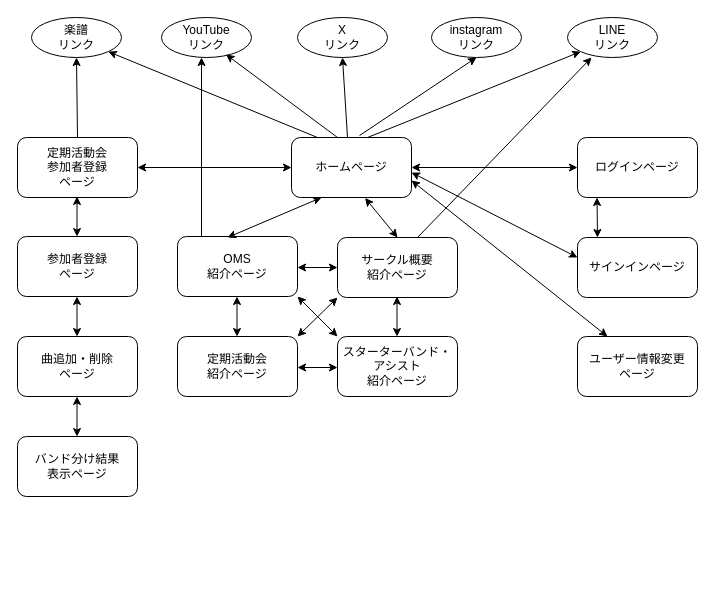
KITASHA/SQU-App keeps this draw.io diagram as diagram.drawio. Above is the earlier version. Source tidied: cells renumbered, new cells numbered last; positions are measured from the earlier drawing's top-left corner, leaving out a move shared by most shapes. Both pictures are drawn from the tidied source at 100%, with x=0, y=0 at pixel (17, 17).
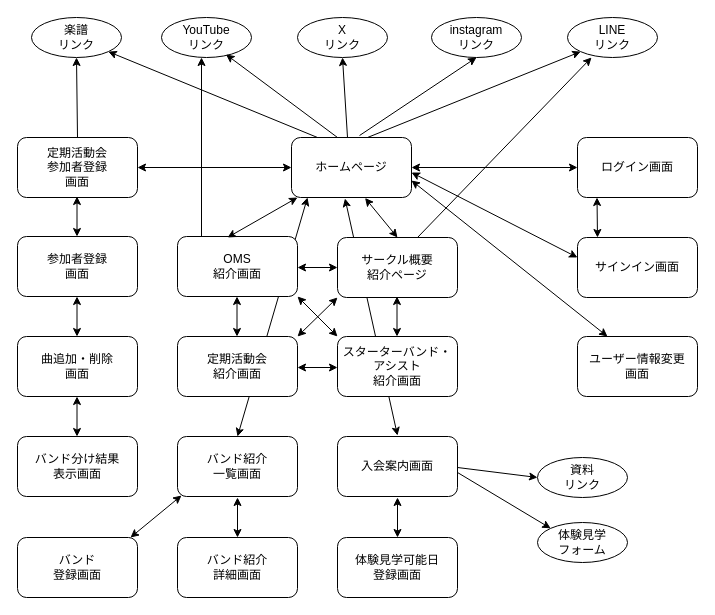
The same diagram, later.

The change refers to these unchanged cells:
```xml
<mxCell id="2" value="ホームページ" style="rounded=1;whiteSpace=wrap;html=1;" parent="1" vertex="1">
  <mxGeometry x="274" y="120" width="120" height="60" as="geometry" />
</mxCell>
```

Change to the diagram source:
```diff
@@
+    <mxCell id="43" style="endArrow=classic;startArrow=classic;html=1;entryX=0.446;entryY=1.033;entryDx=0;entryDy=0;entryPerimeter=0;" parent="1" edge="1">
+      <mxGeometry relative="1" as="geometry">
+        <mxPoint x="380" y="418" as="sourcePoint" />
+        <mxPoint x="327.5" y="181" as="targetPoint" />
+      </mxGeometry>
+    </mxCell>
+    <mxCell id="7" value="サインイン画面" style="rounded=1;whiteSpace=wrap;html=1;" parent="1" vertex="1">
+      <mxGeometry x="560" y="220" width="120" height="60" as="geometry" />
+    </mxCell>
+    <mxCell id="44" style="endArrow=classic;startArrow=classic;html=1;" parent="1" edge="1">
+      <mxGeometry relative="1" as="geometry">
+        <mxPoint x="220" y="419" as="sourcePoint" />
+        <mxPoint x="290" y="180" as="targetPoint" />
+      </mxGeometry>
+    </mxCell>
@@
-    <mxCell id="6" value="ログインページ" style="rounded=1;whiteSpace=wrap;html=1;" parent="1" vertex="1">
+    <mxCell id="6" value="ログイン画面" style="rounded=1;whiteSpace=wrap;html=1;" parent="1" vertex="1">
       <mxGeometry x="560" y="120" width="120" height="60" as="geometry" />
     </mxCell>
-    <mxCell id="7" value="サインインページ" style="rounded=1;whiteSpace=wrap;html=1;" parent="1" vertex="1">
-      <mxGeometry x="560" y="220" width="120" height="60" as="geometry" />
-    </mxCell>
-    <mxCell id="8" value="ユーザー情報変更&lt;br&gt;ページ" style="rounded=1;whiteSpace=wrap;html=1;" parent="1" vertex="1">
+    <mxCell id="8" value="ユーザー情報変更&lt;br&gt;画面" style="rounded=1;whiteSpace=wrap;html=1;" parent="1" vertex="1">
       <mxGeometry x="560" y="319" width="120" height="60" as="geometry" />
     </mxCell>
-    <mxCell id="9" value="定期活動会&lt;br&gt;参加者登録&lt;br&gt;ページ" style="rounded=1;whiteSpace=wrap;html=1;" parent="1" vertex="1">
+    <mxCell id="9" value="定期活動会&lt;br&gt;参加者登録&lt;br&gt;画面" style="rounded=1;whiteSpace=wrap;html=1;" parent="1" vertex="1">
       <mxGeometry y="120" width="120" height="60" as="geometry" />
     </mxCell>
@@
-    <mxCell id="11" value="参加者登録&lt;br&gt;ページ" style="rounded=1;whiteSpace=wrap;html=1;" parent="1" vertex="1">
+    <mxCell id="11" value="参加者登録&lt;br&gt;画面" style="rounded=1;whiteSpace=wrap;html=1;" parent="1" vertex="1">
       <mxGeometry y="219" width="120" height="60" as="geometry" />
     </mxCell>
-    <mxCell id="12" value="曲追加・削除&lt;br&gt;ページ" style="rounded=1;whiteSpace=wrap;html=1;" parent="1" vertex="1">
+    <mxCell id="12" value="曲追加・削除&lt;br&gt;画面" style="rounded=1;whiteSpace=wrap;html=1;" parent="1" vertex="1">
       <mxGeometry y="319" width="120" height="60" as="geometry" />
     </mxCell>
-    <mxCell id="13" value="バンド分け結果&lt;br&gt;表示ページ" style="rounded=1;whiteSpace=wrap;html=1;" parent="1" vertex="1">
+    <mxCell id="13" value="バンド分け結果&lt;br&gt;表示画面" style="rounded=1;whiteSpace=wrap;html=1;" parent="1" vertex="1">
       <mxGeometry y="419" width="120" height="60" as="geometry" />
     </mxCell>
@@
-    <mxCell id="28" value="OMS&lt;br&gt;紹介ページ" style="rounded=1;whiteSpace=wrap;html=1;" parent="1" vertex="1">
+    <mxCell id="28" value="OMS&lt;br&gt;紹介画面" style="rounded=1;whiteSpace=wrap;html=1;" parent="1" vertex="1">
       <mxGeometry x="160" y="219" width="120" height="60" as="geometry" />
     </mxCell>
@@
-    <mxCell id="30" style="endArrow=classic;startArrow=classic;html=1;entryX=0.25;entryY=1;entryDx=0;entryDy=0;" parent="1" edge="1" target="2">
+    <mxCell id="30" style="endArrow=classic;startArrow=classic;html=1;" parent="1" edge="1">
       <mxGeometry relative="1" as="geometry">
         <mxPoint x="210" y="220" as="sourcePoint" />
+        <mxPoint x="280" y="180" as="targetPoint" />
       </mxGeometry>
     </mxCell>
@@
-    <mxCell id="34" value="定期活動会&lt;br&gt;紹介ページ" style="rounded=1;whiteSpace=wrap;html=1;" parent="1" vertex="1">
+    <mxCell id="34" value="定期活動会&lt;br&gt;紹介画面" style="rounded=1;whiteSpace=wrap;html=1;" parent="1" vertex="1">
       <mxGeometry x="160" y="319" width="120" height="60" as="geometry" />
     </mxCell>
-    <mxCell id="35" value="スターターバンド・アシスト&lt;br&gt;紹介ページ" style="rounded=1;whiteSpace=wrap;html=1;" parent="1" vertex="1">
+    <mxCell id="35" value="スターターバンド・アシスト&lt;br&gt;紹介画面" style="rounded=1;whiteSpace=wrap;html=1;" parent="1" vertex="1">
       <mxGeometry x="320" y="319" width="120" height="60" as="geometry" />
     </mxCell>
@@
+    <mxCell id="45" value="バンド紹介&lt;br&gt;一覧画面" style="rounded=1;whiteSpace=wrap;html=1;" parent="1" vertex="1">
+      <mxGeometry x="160" y="419" width="120" height="60" as="geometry" />
+    </mxCell>
+    <mxCell id="46" value="入会案内画面" style="rounded=1;whiteSpace=wrap;html=1;" parent="1" vertex="1">
+      <mxGeometry x="320" y="419" width="120" height="60" as="geometry" />
+    </mxCell>
+    <mxCell id="47" value="バンド紹介&lt;br&gt;詳細画面" style="rounded=1;whiteSpace=wrap;html=1;" parent="1" vertex="1">
+      <mxGeometry x="160" y="520" width="120" height="60" as="geometry" />
+    </mxCell>
+    <mxCell id="48" value="資料&lt;br&gt;リンク" style="ellipse;whiteSpace=wrap;html=1;" parent="1" vertex="1">
+      <mxGeometry x="520" y="440" width="90" height="40" as="geometry" />
+    </mxCell>
+    <mxCell id="49" value="体験見学&lt;br&gt;フォーム" style="ellipse;whiteSpace=wrap;html=1;" parent="1" vertex="1">
+      <mxGeometry x="520" y="505" width="90" height="40" as="geometry" />
+    </mxCell>
+    <mxCell id="50" style="endArrow=classic;startArrow=classic;html=1;" parent="1" edge="1">
+      <mxGeometry relative="1" as="geometry">
+        <mxPoint x="220" y="520" as="sourcePoint" />
+        <mxPoint x="220" y="480" as="targetPoint" />
+      </mxGeometry>
+    </mxCell>
+    <mxCell id="51" value="体験見学可能日&lt;br&gt;登録画面" style="rounded=1;whiteSpace=wrap;html=1;" parent="1" vertex="1">
+      <mxGeometry x="320" y="520" width="120" height="60" as="geometry" />
+    </mxCell>
+    <mxCell id="52" value="バンド&lt;br&gt;登録画面" style="rounded=1;whiteSpace=wrap;html=1;" parent="1" vertex="1">
+      <mxGeometry y="520" width="120" height="60" as="geometry" />
+    </mxCell>
+    <mxCell id="53" style="endArrow=classic;startArrow=classic;html=1;" parent="1" edge="1">
+      <mxGeometry relative="1" as="geometry">
+        <mxPoint x="380" y="520" as="sourcePoint" />
+        <mxPoint x="380" y="480" as="targetPoint" />
+      </mxGeometry>
+    </mxCell>
+    <mxCell id="54" style="endArrow=classic;startArrow=classic;html=1;exitX=0;exitY=1;exitDx=0;exitDy=0;" parent="1" edge="1">
+      <mxGeometry relative="1" as="geometry">
+        <mxPoint x="164" y="478" as="sourcePoint" />
+        <mxPoint x="113" y="520" as="targetPoint" />
+      </mxGeometry>
+    </mxCell>
+    <mxCell id="55" style="endArrow=classic;html=1;entryX=0;entryY=0.5;entryDx=0;entryDy=0;" parent="1" edge="1" target="48">
+      <mxGeometry relative="1" as="geometry">
+        <mxPoint x="440" y="450" as="sourcePoint" />
+      </mxGeometry>
+    </mxCell>
+    <mxCell id="56" style="endArrow=classic;html=1;entryX=0;entryY=0;entryDx=0;entryDy=0;" parent="1" edge="1" target="49">
+      <mxGeometry relative="1" as="geometry">
+        <mxPoint x="440" y="455" as="sourcePoint" />
+      </mxGeometry>
+    </mxCell>
```
